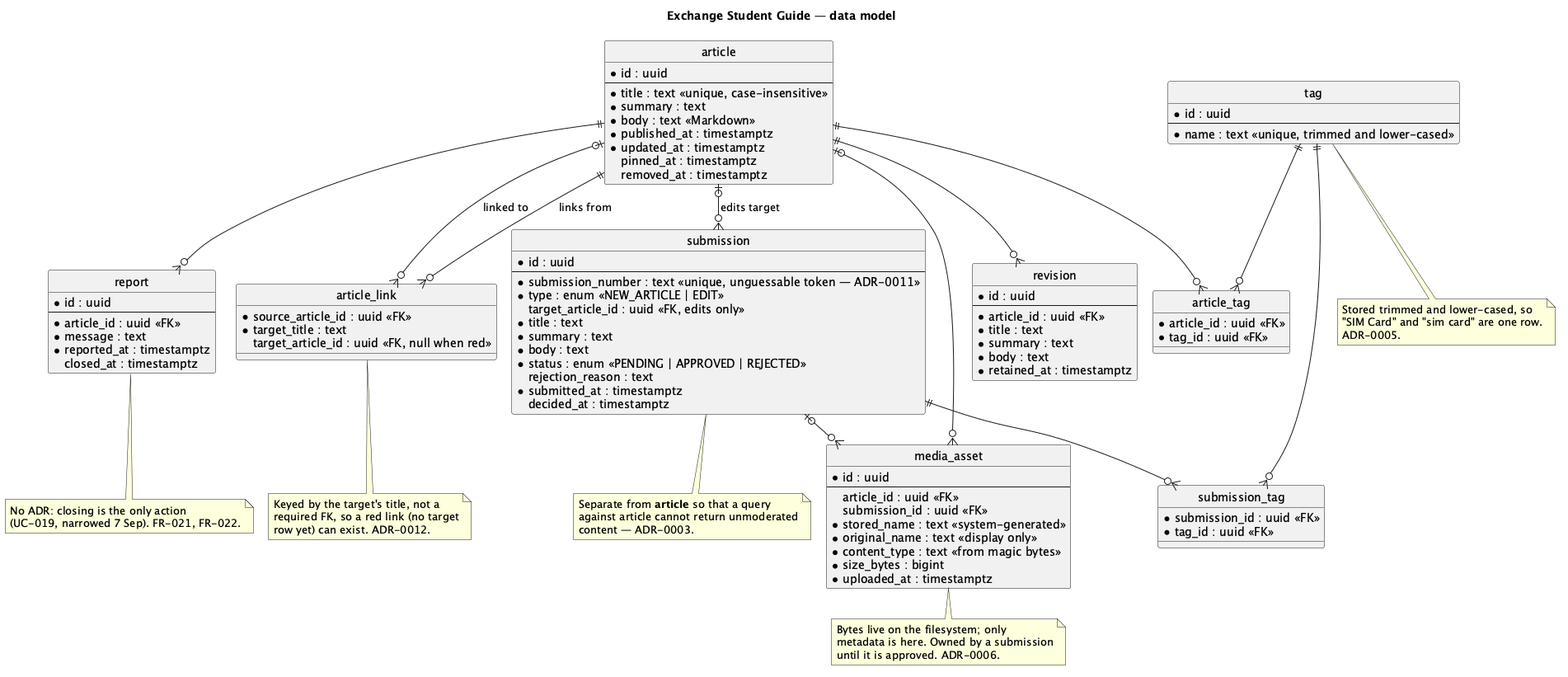
rikire/Exchange-Student-Guide-Platform keeps this PlantUML diagram as docs/diagrams/out/erd.png. Above is the earlier version.
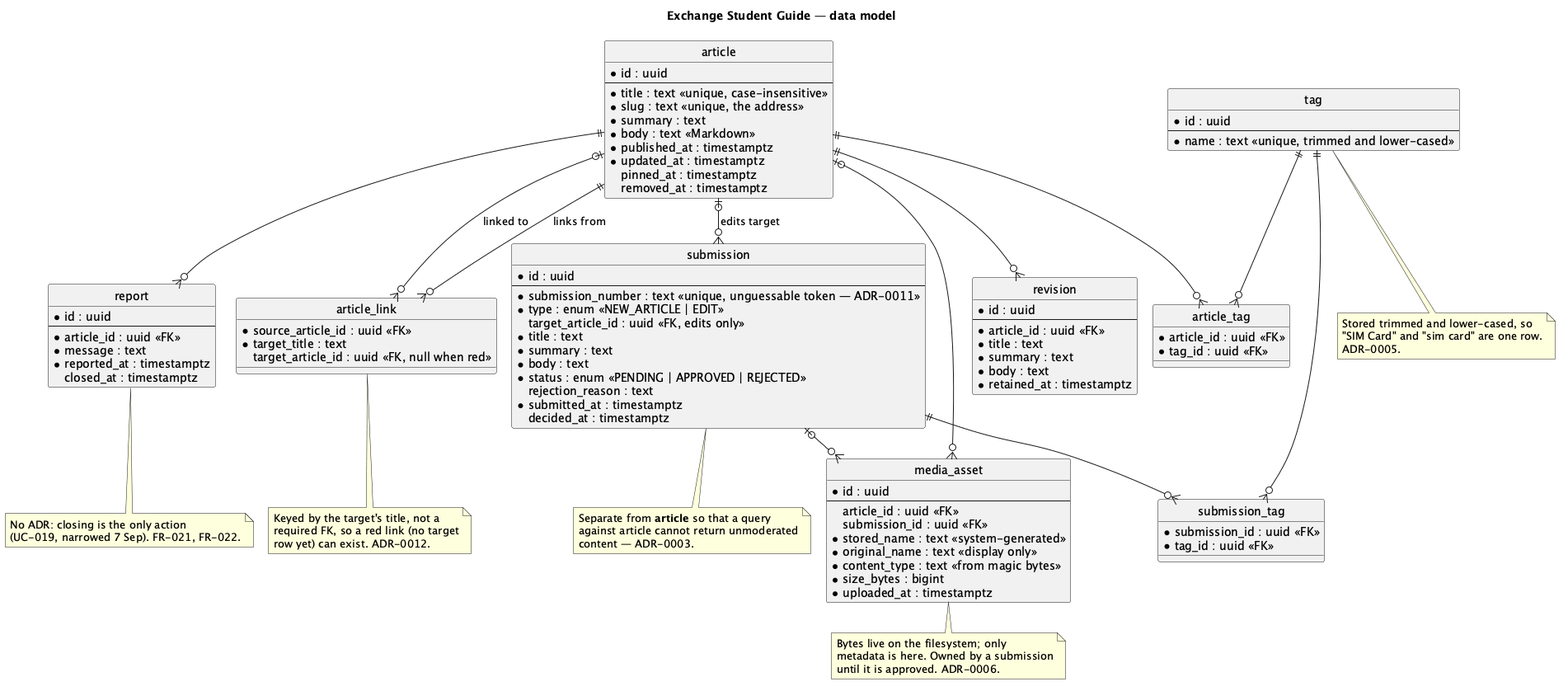
Above is the later version.

Commit message:
feat(FEAT-002): store the article address in article.slug [FR-001]

The edit, as a diff of the source:
```diff
@@ -9,6 +9,7 @@
   * id : uuid
   --
   * title : text <<unique, case-insensitive>>
+  * slug : text <<unique, the address>>
   * summary : text
   * body : text <<Markdown>>
   * published_at : timestamptz
```
